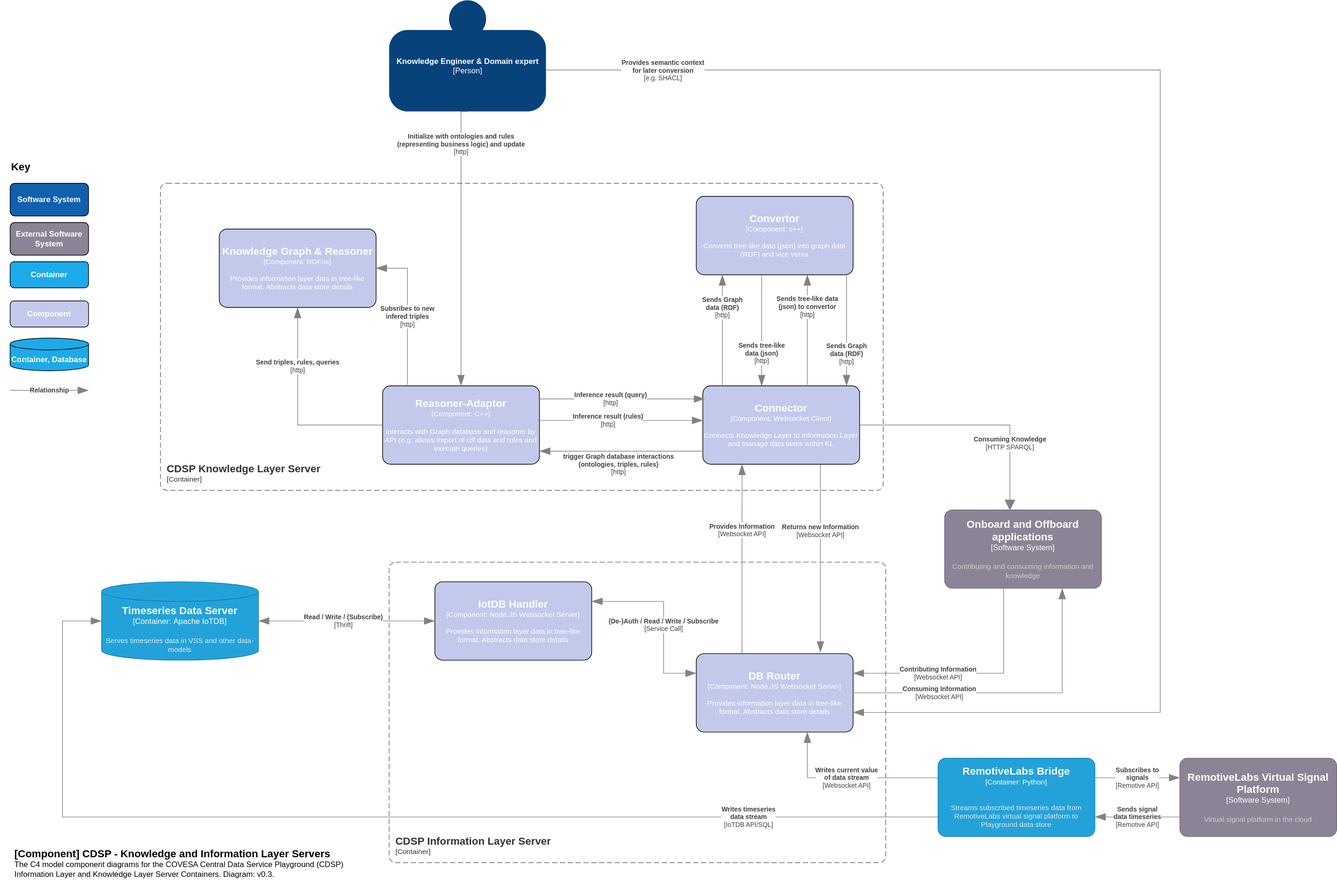
This is diagrams/CDSP-C4-Model-KL-IL-Component-diagrams.drawio.svg from COVESA/cdsp, a draw.io export, as it was before one commit. Source tidied: cells renumbered, new cells last; positions are measured from the earlier drawing's top-left corner, leaving out a move shared by most shapes.
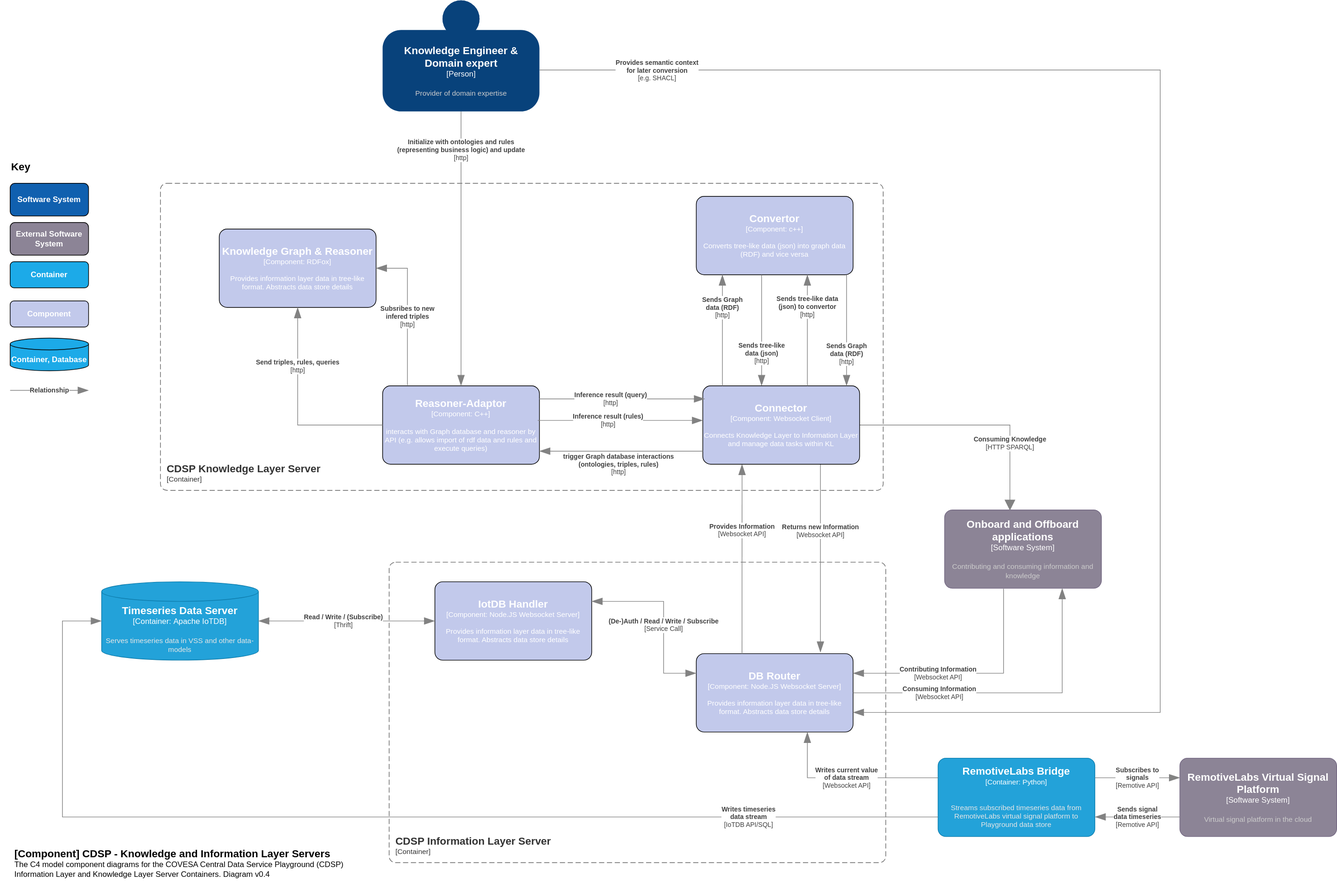
Above is the later version.

Commit message:
C4 Model: minor fixes to Knowledge Layer representation

Fixes:
1. Change the knowledge layer container in the container diagram from
square to rounded corners so it is consistent with other containers.
2. Fix fonts used for the Knowledge/Domain Engineer person so text is more
readable.

The edit, as a diff of the source:
```diff
@@ -7,7 +7,7 @@
         <mxGeometry x="580" y="860" width="760" height="460" as="geometry" />
       </mxCell>
     </object>
-    <object id="3" label="&lt;font style=&quot;font-size: 16px&quot;&gt;&lt;b&gt;&lt;div style=&quot;text-align: left&quot;&gt;%c4Name%&lt;/div&gt;&lt;/b&gt;&lt;/font&gt;&lt;div style=&quot;text-align: left&quot;&gt;%c4Description%&lt;/div&gt;" c4Description="The C4 model component diagrams for the COVESA Central Data Service Playground (CDSP) Information Layer and Knowledge Layer Server Containers. Diagram: v0.3." c4Name="[Component] CDSP - Knowledge and Information Layer Servers" c4Type="ContainerDiagramTitle" placeholders="1">
+    <object id="3" label="&lt;font style=&quot;font-size: 16px&quot;&gt;&lt;b&gt;&lt;div style=&quot;text-align: left&quot;&gt;%c4Name%&lt;/div&gt;&lt;/b&gt;&lt;/font&gt;&lt;div style=&quot;text-align: left&quot;&gt;%c4Description%&lt;/div&gt;" c4Description="The C4 model component diagrams for the COVESA Central Data Service Playground (CDSP) Information Layer and Knowledge Layer Server Containers. Diagram v0.4" c4Name="[Component] CDSP - Knowledge and Information Layer Servers" c4Type="ContainerDiagramTitle" placeholders="1">
       <mxCell style="text;html=1;strokeColor=none;fillColor=none;align=left;verticalAlign=top;whiteSpace=wrap;rounded=0;" parent="1" vertex="1">
         <mxGeometry x="5" y="1290" width="510" height="60" as="geometry" />
       </mxCell>
@@ -238,9 +238,9 @@
         </mxGeometry>
       </mxCell>
     </object>
-    <object id="36" label="&lt;b&gt;%c4Name%&lt;/b&gt;&lt;div&gt;[%c4Type%]&lt;/div&gt;&lt;br&gt;&lt;div&gt;%c4Description%&lt;/div&gt;" c4Description="" c4Name="Knowledge Engineer &amp; Domain expert" c4Type="Person" placeholders="1">
+    <object id="36" label="&lt;font style=&quot;font-size: 16px&quot;&gt;&lt;b&gt;%c4Name%&lt;/b&gt;&lt;/font&gt;&lt;div&gt;[%c4Type%]&lt;/div&gt;&lt;br&gt;&lt;div&gt;&lt;font style=&quot;font-size: 11px&quot;&gt;&lt;font color=&quot;#cccccc&quot;&gt;%c4Description%&lt;/font&gt;&lt;/div&gt;" c4Description="Provider of domain expertise" c4Name="Knowledge Engineer &amp;&#10;Domain expert" c4Type="Person" placeholders="1">
       <mxCell style="html=1;dashed=0;whitespace=wrap;fillColor=#08427b;strokeColor=none;fontColor=#ffffff;shape=mxgraph.c4.person;align=center;points=[[0.5,0,0],[1,0.5,0],[1,0.75,0],[0.75,1,0],[0.5,1,0],[0.25,1,0],[0,0.75,0],[0,0.5,0]];metaData={&quot;c4Type&quot;:{&quot;editable&quot;:false}};" parent="1" vertex="1">
-        <mxGeometry x="580" width="240" height="170" as="geometry" />
+        <mxGeometry x="570" width="240" height="170" as="geometry" />
       </mxCell>
     </object>
     <object id="37" label="&lt;div style=&quot;text-align: left&quot;&gt;&lt;div style=&quot;text-align: center&quot;&gt;&lt;b&gt;%c4Description%&lt;/b&gt;&lt;/div&gt;&lt;div style=&quot;text-align: center&quot;&gt;[%c4Technology%]&lt;/div&gt;&lt;/div&gt;" c4Description="Sends Graph &#10;data (RDF)&#10;" c4Technology="http" c4Type="Relationship" placeholders="1">
```
